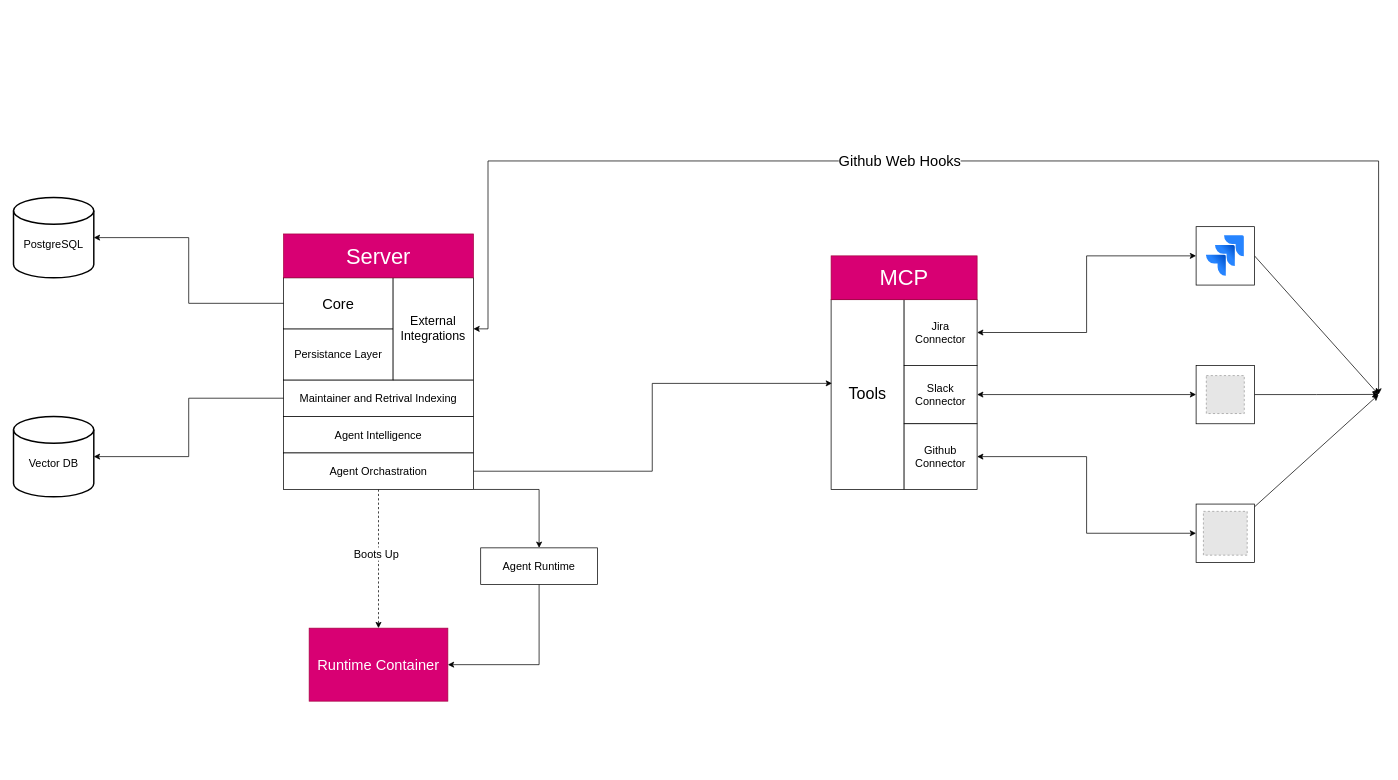
Above: Design.drawio in anudeepmuppalla1729/Parallel-AI (draw.io), before the change. Source tidied: cells renumbered, new cells numbered last; positions are measured from the earlier drawing's top-left corner, leaving out a move shared by most shapes. Both pictures are drawn from the tidied source at 73%, with x=0, y=0 at pixel (13, 161). Pictures stored in the file or linked from it are replaced by grey dashed boxes.
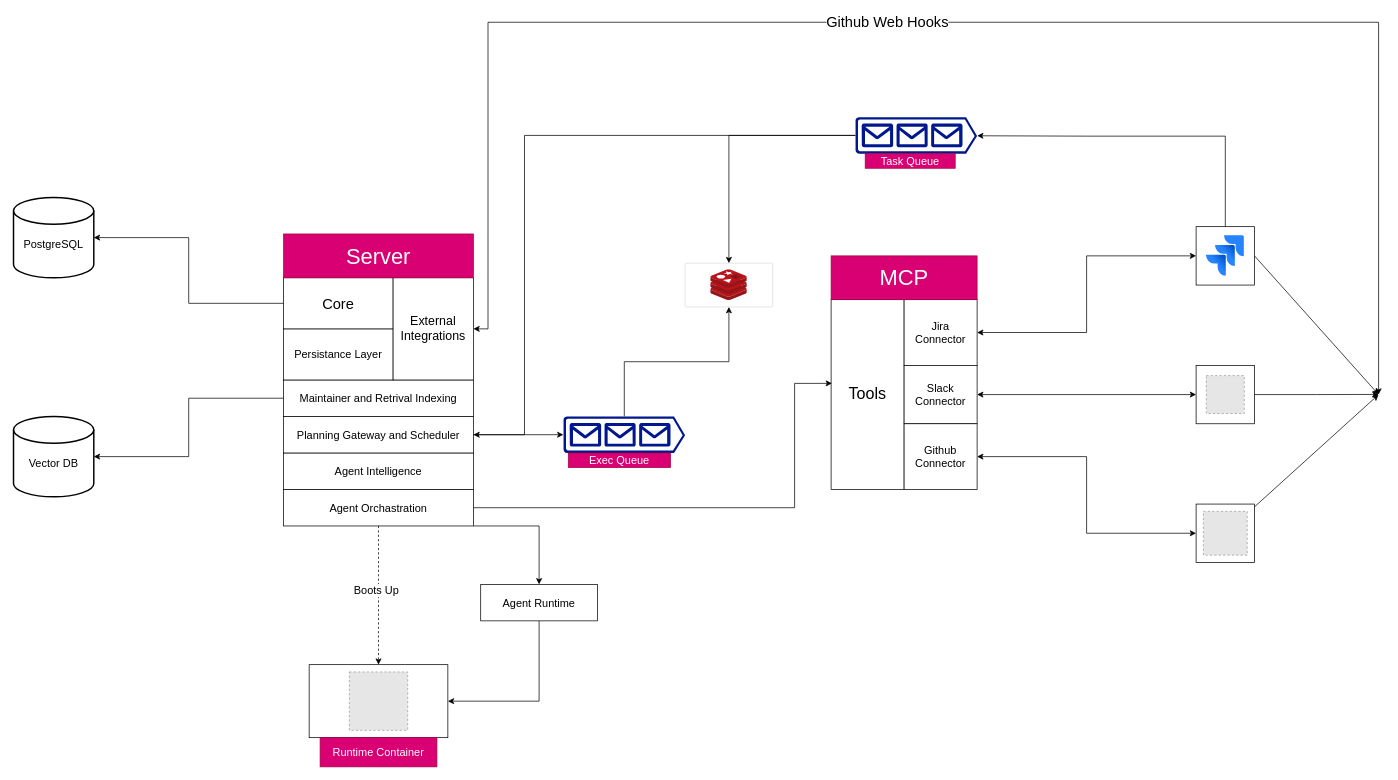
The same diagram, later.

The change refers to these unchanged cells:
```xml
<mxCell id="8" style="whiteSpace=wrap;html=1;" parent="6" vertex="1">
  <mxGeometry width="80" height="80" as="geometry" />
</mxCell>
<mxCell id="15" value="&lt;font style=&quot;font-size: 17px;&quot;&gt;External&lt;/font&gt;&lt;div&gt;&lt;font style=&quot;font-size: 17px;&quot;&gt;Integrations&lt;/font&gt;&lt;/div&gt;" style="rounded=0;whiteSpace=wrap;html=1;direction=south;" parent="1" vertex="1">
  <mxGeometry x="520" y="160" width="110" height="140" as="geometry" />
</mxCell>
<mxCell id="18" value="&lt;font style=&quot;font-size: 22px;&quot;&gt;Tools&lt;/font&gt;" style="rounded=0;whiteSpace=wrap;html=1;direction=south;" parent="1" vertex="1">
  <mxGeometry x="1120" y="190" width="100" height="260" as="geometry" />
</mxCell>
```

Change to the diagram source:
```diff
@@
     <mxCell id="13" style="edgeStyle=orthogonalEdgeStyle;rounded=0;jettySize=auto;html=1;startArrow=classic;startFill=1;" parent="1" edge="1" source="15">
       <mxGeometry relative="1" as="geometry">
         <mxPoint x="1870" y="320" as="targetPoint" />
         <Array as="points">
           <mxPoint x="650" y="230" />
-          <mxPoint x="650" />
-          <mxPoint x="1870" />
+          <mxPoint x="650" y="-190" />
+          <mxPoint x="1870" y="-190" />
         </Array>
       </mxGeometry>
     </mxCell>
@@
     <mxCell id="16" value="&lt;font style=&quot;font-size: 15px;&quot;&gt;Agent&amp;nbsp;&lt;/font&gt;&lt;span style=&quot;font-size: 15px;&quot;&gt;Intelligence&lt;/span&gt;" style="rounded=0;whiteSpace=wrap;html=1;" parent="1" vertex="1">
-      <mxGeometry x="370" y="350" width="260" height="50" as="geometry" />
+      <mxGeometry x="370" y="400" width="260" height="50" as="geometry" />
     </mxCell>
@@
     <mxCell id="33" style="edgeStyle=orthogonalEdgeStyle;rounded=0;jettySize=auto;html=1;exitX=1;exitY=0.5;exitDx=0;exitDy=0;entryX=0.441;entryY=0.988;entryDx=0;entryDy=0;entryPerimeter=0;" parent="1" edge="1" source="35" target="18">
-      <mxGeometry relative="1" as="geometry" />
+      <mxGeometry relative="1" as="geometry">
+        <Array as="points">
+          <mxPoint x="1070" y="475" />
+          <mxPoint x="1070" y="305" />
+        </Array>
+      </mxGeometry>
     </mxCell>
     <mxCell id="34" style="edgeStyle=orthogonalEdgeStyle;rounded=0;jettySize=auto;html=1;exitX=1;exitY=1;exitDx=0;exitDy=0;" parent="1" edge="1" source="35" target="42">
       <mxGeometry relative="1" as="geometry">
         <Array as="points">
-          <mxPoint x="720" y="450" />
+          <mxPoint x="720" y="500" />
         </Array>
       </mxGeometry>
     </mxCell>
     <mxCell id="35" value="&lt;font style=&quot;font-size: 15px;&quot;&gt;Agent Orchastration&lt;/font&gt;" style="rounded=0;whiteSpace=wrap;html=1;" parent="1" vertex="1">
-      <mxGeometry x="370" y="400" width="260" height="50" as="geometry" />
+      <mxGeometry x="370" y="450" width="260" height="50" as="geometry" />
     </mxCell>
-    <mxCell id="36" value="&lt;font style=&quot;font-size: 20px;&quot;&gt;Runtime Container&lt;/font&gt;" style="rounded=0;whiteSpace=wrap;html=1;fillColor=#d80073;fontColor=#ffffff;strokeColor=#A50040;" parent="1" vertex="1">
-      <mxGeometry x="405" y="640" width="190" height="100" as="geometry" />
+    <mxCell id="36" style="rounded=0;whiteSpace=wrap;html=1;" parent="1" vertex="1">
+      <mxGeometry x="405" y="690" width="190" height="100" as="geometry" />
     </mxCell>
@@
     <mxCell id="42" value="&lt;font style=&quot;font-size: 15px;&quot;&gt;Agent Runtime&lt;/font&gt;" style="rounded=0;whiteSpace=wrap;html=1;" parent="1" vertex="1">
-      <mxGeometry x="640" y="530" width="160" height="50" as="geometry" />
+      <mxGeometry x="640" y="580" width="160" height="50" as="geometry" />
     </mxCell>
+    <mxCell id="43" style="group;" parent="1" vertex="1">
+      <mxGeometry x="920" y="140" width="120" height="60" as="geometry" />
+    </mxCell>
+    <mxCell id="44" style="whiteSpace=wrap;html=1;fillColor=#FFFFFF;strokeColor=#dddddd;shadow=0;strokeWidth=1;rounded=1;absoluteArcSize=1;arcSize=2;" parent="43" vertex="1">
+      <mxGeometry width="120" height="60" as="geometry" />
+    </mxCell>
+    <mxCell id="45" style="image;sketch=0;html=1;align=center;fontSize=12;image=img/lib/mscae/Cache_Redis_Product.svg;" parent="43" vertex="1">
+      <mxGeometry x="35" y="9" width="50" height="42" as="geometry" />
+    </mxCell>
+    <mxCell id="46" value="&lt;span style=&quot;font-size: 15px;&quot;&gt;Planning Gateway and Scheduler&lt;/span&gt;" style="rounded=0;whiteSpace=wrap;html=1;" parent="1" vertex="1">
+      <mxGeometry x="370" y="350" width="260" height="50" as="geometry" />
+    </mxCell>
+    <mxCell id="47" style="edgeStyle=orthogonalEdgeStyle;rounded=0;jettySize=auto;html=1;entryX=0.5;entryY=0;entryDx=0;entryDy=0;" parent="1" edge="1" source="49" target="44">
+      <mxGeometry relative="1" as="geometry" />
+    </mxCell>
+    <mxCell id="48" style="edgeStyle=orthogonalEdgeStyle;rounded=0;jettySize=auto;html=1;exitX=0;exitY=0.5;exitDx=0;exitDy=0;exitPerimeter=0;entryX=1;entryY=0.5;entryDx=0;entryDy=0;" parent="1" edge="1" source="49" target="46">
+      <mxGeometry relative="1" as="geometry">
+        <Array as="points">
+          <mxPoint x="700" y="-35" />
+          <mxPoint x="700" y="375" />
+        </Array>
+      </mxGeometry>
+    </mxCell>
+    <mxCell id="49" style="sketch=0;shadow=0;dashed=0;html=1;strokeColor=none;labelPosition=center;verticalLabelPosition=bottom;verticalAlign=top;align=center;fillColor=#00188D;shape=mxgraph.azure.queue_generic;" parent="1" vertex="1">
+      <mxGeometry x="1153.3" y="-60" width="166.7" height="50" as="geometry" />
+    </mxCell>
+    <mxCell id="50" style="edgeStyle=orthogonalEdgeStyle;rounded=0;jettySize=auto;html=1;entryX=1;entryY=0.51;entryDx=0;entryDy=0;entryPerimeter=0;" parent="1" edge="1" source="8" target="49">
+      <mxGeometry relative="1" as="geometry">
+        <Array as="points">
+          <mxPoint x="1660" y="-34" />
+          <mxPoint x="1470" y="-34" />
+        </Array>
+      </mxGeometry>
+    </mxCell>
+    <mxCell id="51" style="edgeStyle=orthogonalEdgeStyle;rounded=0;jettySize=auto;html=1;" parent="1" edge="1" source="52" target="44">
+      <mxGeometry relative="1" as="geometry" />
+    </mxCell>
+    <mxCell id="52" style="sketch=0;shadow=0;dashed=0;html=1;strokeColor=none;labelPosition=center;verticalLabelPosition=bottom;verticalAlign=top;align=center;fillColor=#00188D;shape=mxgraph.azure.queue_generic;" parent="1" vertex="1">
+      <mxGeometry x="753.3" y="350" width="166.7" height="50" as="geometry" />
+    </mxCell>
+    <mxCell id="53" style="edgeStyle=orthogonalEdgeStyle;rounded=0;jettySize=auto;html=1;exitX=1;exitY=0.5;exitDx=0;exitDy=0;entryX=0;entryY=0.5;entryDx=0;entryDy=0;entryPerimeter=0;" parent="1" edge="1" source="46" target="52">
+      <mxGeometry relative="1" as="geometry" />
+    </mxCell>
+    <mxCell id="54" value="&lt;font style=&quot;font-size: 15px;&quot;&gt;Exec Queue&lt;/font&gt;" style="rounded=0;whiteSpace=wrap;html=1;fillColor=#d80073;fontColor=#ffffff;strokeColor=#A50040;" parent="1" vertex="1">
+      <mxGeometry x="760" y="400" width="140" height="20" as="geometry" />
+    </mxCell>
+    <mxCell id="55" value="&lt;font style=&quot;font-size: 15px;&quot;&gt;Task Queue&lt;/font&gt;" style="rounded=0;whiteSpace=wrap;html=1;fillColor=#d80073;fontColor=#ffffff;strokeColor=#A50040;" parent="1" vertex="1">
+      <mxGeometry x="1166.7" y="-10" width="123.3" height="20" as="geometry" />
+    </mxCell>
+    <mxCell id="56" style="fillColor=#E6E6E6;strokeColor=#999999;dashed=1;html=1;verticalAlign=top;verticalLabelPosition=bottom;labelBackgroundColor=#ffffff;" parent="1" vertex="1">
+      <mxGeometry x="460" y="700" width="80" height="80" as="geometry" />
+    </mxCell>
+    <mxCell id="57" value="&lt;span style=&quot;font-size: 15px;&quot;&gt;&lt;font style=&quot;color: light-dark(rgb(255, 255, 255), rgb(0, 0, 0));&quot;&gt;Runtime Container&lt;/font&gt;&lt;/span&gt;" style="rounded=0;whiteSpace=wrap;html=1;fillColor=#d80073;fontColor=#ffffff;strokeColor=#A50040;" parent="1" vertex="1">
+      <mxGeometry x="420" y="790" width="160" height="40" as="geometry" />
+    </mxCell>
```
